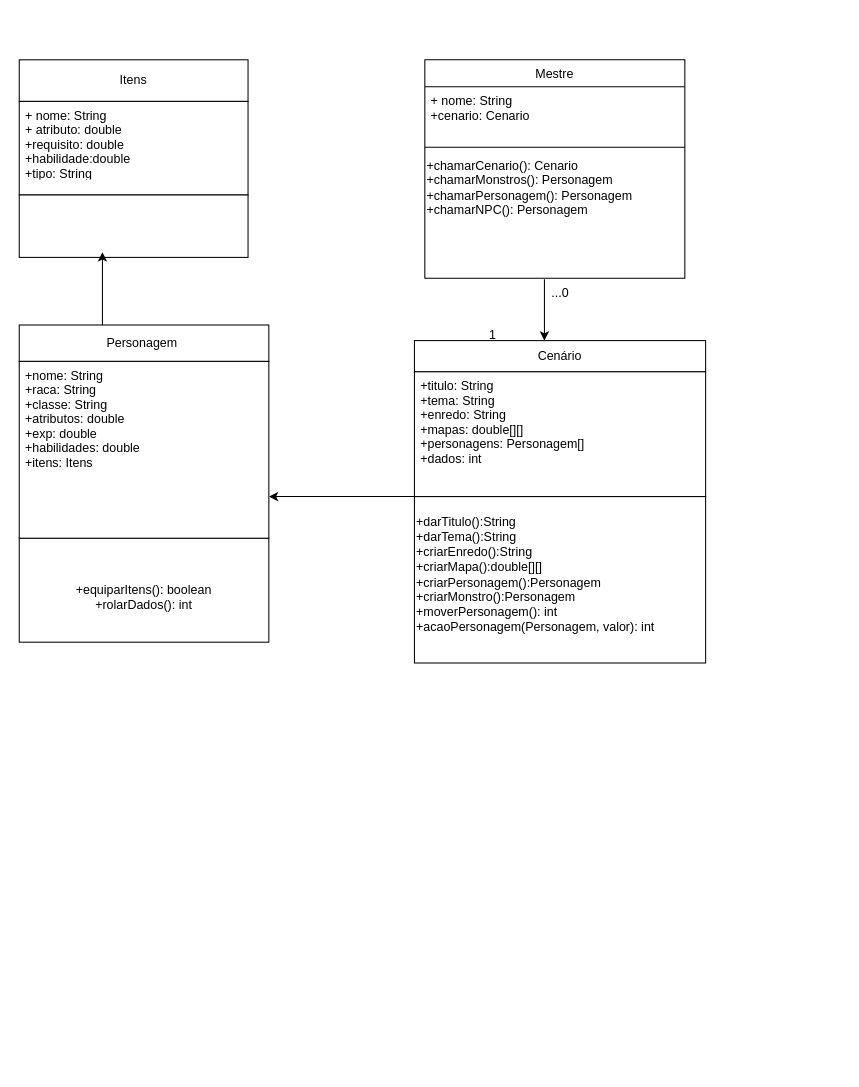
MrMoisesNoah/MestresDoRPG-trabalho-programaVemSerDBC keeps this draw.io diagram as Untitled Diagram.drawio. Above is the earlier version. Source tidied: cells renumbered, new cells numbered last; positions are measured from the earlier drawing's top-left corner, leaving out a move shared by most shapes. Both pictures are drawn from the tidied source at 104%, with x=0, y=0 at pixel (19, 59).
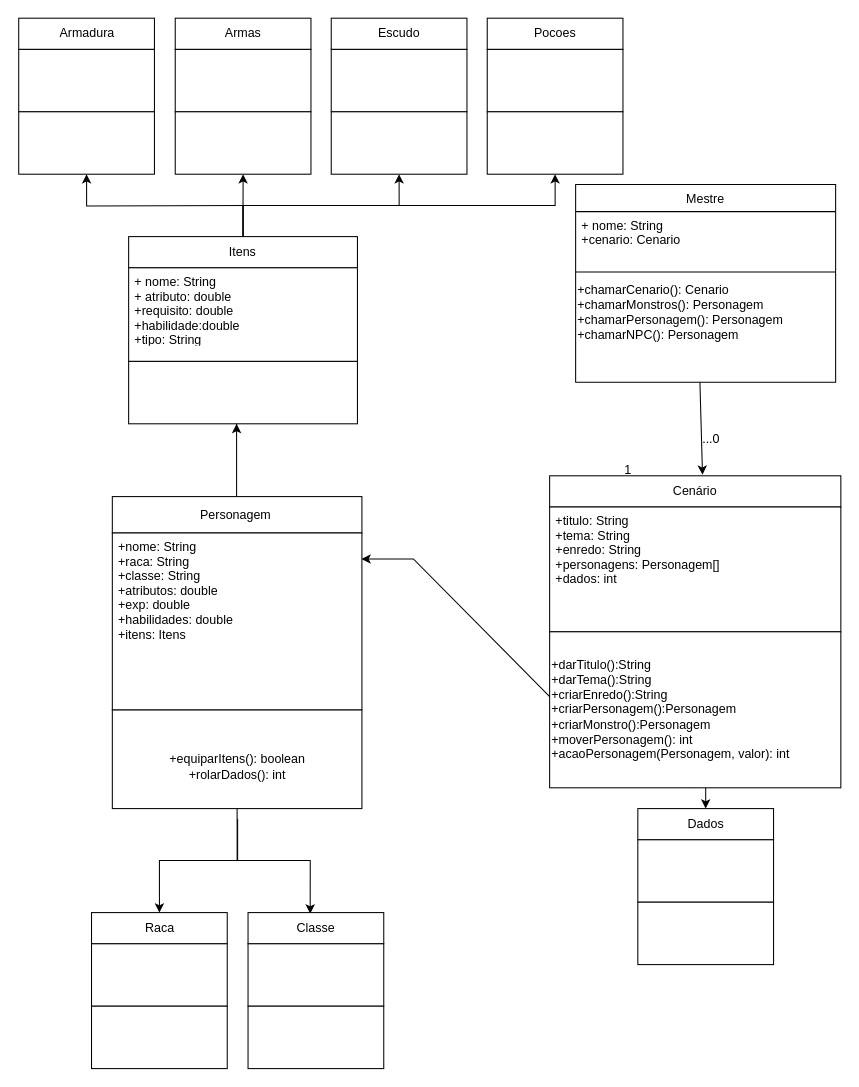
The same page after the edit.

The edit, as a diff of the source:
```diff
@@
     <mxCell id="2" value="Mestre" style="swimlane;fontStyle=0;align=center;verticalAlign=top;horizontal=1;startSize=26;rounded=0;shadow=0;strokeWidth=1;" parent="1" vertex="1">
-      <mxGeometry x="390" width="250" height="210" as="geometry" />
+      <mxGeometry x="535" y="120" width="250" height="190" as="geometry" />
     </mxCell>
@@
     <mxCell id="6" value="Cenário" style="rounded=0;whiteSpace=wrap;html=1;" parent="1" vertex="1">
-      <mxGeometry x="380" y="270" width="280" height="30" as="geometry" />
+      <mxGeometry x="510" y="400" width="280" height="30" as="geometry" />
     </mxCell>
     <mxCell id="7" style="rounded=0;whiteSpace=wrap;html=1;" parent="1" vertex="1">
-      <mxGeometry x="380" y="300" width="280" height="120" as="geometry" />
+      <mxGeometry x="510" y="430" width="280" height="120" as="geometry" />
     </mxCell>
+    <mxCell id="25" style="edgeStyle=orthogonalEdgeStyle;rounded=0;jettySize=auto;html=1;entryX=0.5;entryY=1;entryDx=0;entryDy=0;" parent="1" edge="1" target="34">
+      <mxGeometry relative="1" as="geometry">
+        <mxPoint x="220" y="140" as="sourcePoint" />
+      </mxGeometry>
+    </mxCell>
+    <mxCell id="26" style="edgeStyle=orthogonalEdgeStyle;rounded=0;jettySize=auto;html=1;exitX=0.5;exitY=0;exitDx=0;exitDy=0;entryX=0.5;entryY=1;entryDx=0;entryDy=0;" parent="1" edge="1" source="8" target="37">
+      <mxGeometry relative="1" as="geometry" />
+    </mxCell>
+    <mxCell id="27" style="edgeStyle=orthogonalEdgeStyle;rounded=0;jettySize=auto;html=1;exitX=0.5;exitY=0;exitDx=0;exitDy=0;entryX=0.5;entryY=1;entryDx=0;entryDy=0;" parent="1" edge="1" source="8" target="40">
+      <mxGeometry relative="1" as="geometry" />
+    </mxCell>
+    <mxCell id="28" style="edgeStyle=orthogonalEdgeStyle;rounded=0;jettySize=auto;html=1;exitX=0.5;exitY=0;exitDx=0;exitDy=0;entryX=0.5;entryY=1;entryDx=0;entryDy=0;" parent="1" edge="1" source="8" target="52">
+      <mxGeometry relative="1" as="geometry" />
+    </mxCell>
     <mxCell id="8" value="Itens" style="rounded=0;whiteSpace=wrap;html=1;" parent="1" vertex="1">
-      <mxGeometry width="220" height="40" as="geometry" />
+      <mxGeometry x="105.2" y="170" width="220" height="30" as="geometry" />
     </mxCell>
     <mxCell id="9" style="edgeStyle=orthogonalEdgeStyle;rounded=0;orthogonalLoop=1;jettySize=auto;html=1;exitX=0.5;exitY=1;exitDx=0;exitDy=0;" parent="1" edge="1">
       <mxGeometry relative="1" as="geometry">
-        <mxPoint x="240" y="450" as="sourcePoint" />
-        <mxPoint x="240" y="450" as="targetPoint" />
+        <mxPoint x="329.5" y="615" as="sourcePoint" />
+        <mxPoint x="329.5" y="615" as="targetPoint" />
       </mxGeometry>
     </mxCell>
+    <mxCell id="29" style="edgeStyle=orthogonalEdgeStyle;rounded=0;jettySize=auto;html=1;exitX=0.5;exitY=1;exitDx=0;exitDy=0;entryX=0.5;entryY=0;entryDx=0;entryDy=0;" parent="1" edge="1" source="10" target="47">
+      <mxGeometry relative="1" as="geometry">
+        <Array as="points">
+          <mxPoint x="660" y="570" />
+        </Array>
+      </mxGeometry>
+    </mxCell>
     <mxCell id="10" style="rounded=0;whiteSpace=wrap;html=1;" parent="1" vertex="1">
-      <mxGeometry x="380" y="420" width="280" height="160" as="geometry" />
+      <mxGeometry x="510" y="550" width="280" height="150" as="geometry" />
     </mxCell>
     <mxCell id="11" style="rounded=0;whiteSpace=wrap;html=1;" parent="1" vertex="1">
-      <mxGeometry y="40" width="220" height="90" as="geometry" />
+      <mxGeometry x="105.2" y="200" width="220" height="90" as="geometry" />
     </mxCell>
     <mxCell id="12" style="rounded=0;whiteSpace=wrap;html=1;" parent="1" vertex="1">
-      <mxGeometry y="130" width="220" height="60" as="geometry" />
+      <mxGeometry x="105.2" y="290" width="220" height="60" as="geometry" />
     </mxCell>
     <mxCell id="13" value="Personagem&amp;nbsp;" style="rounded=0;whiteSpace=wrap;html=1;" parent="1" vertex="1">
-      <mxGeometry y="255" width="240" height="35" as="geometry" />
+      <mxGeometry x="89.5" y="420" width="240" height="35" as="geometry" />
     </mxCell>
+    <mxCell id="30" style="edgeStyle=orthogonalEdgeStyle;rounded=0;jettySize=auto;html=1;entryX=0.458;entryY=0.033;entryDx=0;entryDy=0;entryPerimeter=0;" parent="1" edge="1" target="44">
+      <mxGeometry relative="1" as="geometry">
+        <mxPoint x="210" y="730" as="sourcePoint" />
+        <Array as="points">
+          <mxPoint x="210" y="770" />
+          <mxPoint x="280" y="770" />
+        </Array>
+      </mxGeometry>
+    </mxCell>
+    <mxCell id="31" style="edgeStyle=orthogonalEdgeStyle;rounded=0;jettySize=auto;html=1;exitX=0.5;exitY=1;exitDx=0;exitDy=0;" parent="1" edge="1" source="14" target="41">
+      <mxGeometry relative="1" as="geometry" />
+    </mxCell>
     <mxCell id="14" value="&lt;br&gt;+equiparItens(): boolean&lt;br&gt;+rolarDados(): int" style="rounded=0;whiteSpace=wrap;html=1;" parent="1" vertex="1">
-      <mxGeometry y="460" width="240" height="100" as="geometry" />
+      <mxGeometry x="89.5" y="625" width="240" height="95" as="geometry" />
     </mxCell>
     <mxCell id="15" style="rounded=0;whiteSpace=wrap;html=1;" parent="1" vertex="1">
-      <mxGeometry y="290" width="240" height="170" as="geometry" />
+      <mxGeometry x="89.5" y="455" width="240" height="170" as="geometry" />
     </mxCell>
     <mxCell id="16" value="+nome: String&#10;+raca: String&#10;+classe: String&#10;+atributos: double&#10;+exp: double&#10;+habilidades: double&#10;+itens: Itens&#10;&#10;&#10;&#10;" style="text;align=left;verticalAlign=top;spacingLeft=4;spacingRight=4;overflow=hidden;" parent="1" vertex="1">
-      <mxGeometry y="290" width="240" height="160" as="geometry" />
+      <mxGeometry x="89.5" y="455" width="240" height="160" as="geometry" />
     </mxCell>
     <mxCell id="17" value="+ nome: String&#10;+ atributo: double&#10;+requisito: double&#10;+habilidade:double&#10;+tipo: String&#10;&#10;&#10; " style="text;align=left;verticalAlign=top;spacingLeft=4;spacingRight=4;overflow=hidden;" parent="1" vertex="1">
-      <mxGeometry y="40" width="120" height="70" as="geometry" />
+      <mxGeometry x="105.2" y="200" width="120" height="70" as="geometry" />
     </mxCell>
-    <mxCell id="18" value="+titulo: String&#10;+tema: String&#10;+enredo: String&#10;+mapas: double[][]&#10;+personagens: Personagem[]&#10;+dados: int" style="text;align=left;verticalAlign=top;spacingLeft=4;spacingRight=4;overflow=hidden;" parent="1" vertex="1">
-      <mxGeometry x="380" y="300" width="280" height="110" as="geometry" />
+    <mxCell id="18" value="+titulo: String&#10;+tema: String&#10;+enredo: String&#10;+personagens: Personagem[]&#10;+dados: int" style="text;align=left;verticalAlign=top;spacingLeft=4;spacingRight=4;overflow=hidden;" parent="1" vertex="1">
+      <mxGeometry x="510" y="430" width="280" height="110" as="geometry" />
     </mxCell>
     <mxCell id="19" value="...0" style="text;html=1;align=center;verticalAlign=middle;points=[];strokeColor=none;fillColor=none;" parent="1" vertex="1">
-      <mxGeometry x="500" y="210" width="40" height="30" as="geometry" />
+      <mxGeometry x="645" y="350" width="40" height="30" as="geometry" />
     </mxCell>
     <mxCell id="20" value="1" style="text;html=1;align=center;verticalAlign=middle;strokeColor=none;fillColor=none;" parent="1" vertex="1">
-      <mxGeometry x="440" y="250" width="30" height="30" as="geometry" />
+      <mxGeometry x="570" y="380" width="30" height="30" as="geometry" />
     </mxCell>
-    <mxCell id="21" style="endArrow=classic;html=1;rounded=0;exitX=0.125;exitY=0.033;exitDx=0;exitDy=0;exitPerimeter=0;" parent="1" edge="1" source="19">
+    <mxCell id="21" style="endArrow=classic;html=1;rounded=0;entryX=0.525;entryY=-0.033;entryDx=0;entryDy=0;entryPerimeter=0;" parent="1" edge="1" target="6">
       <mxGeometry relative="1" as="geometry">
-        <mxPoint x="505" y="270" as="targetPoint" />
+        <mxPoint x="654.5" y="310" as="sourcePoint" />
       </mxGeometry>
     </mxCell>
     <mxCell id="22" style="endArrow=classic;html=1;rounded=0;" parent="1" edge="1">
       <mxGeometry relative="1" as="geometry">
-        <mxPoint x="80" y="215" as="sourcePoint" />
-        <mxPoint x="80" y="185" as="targetPoint" />
+        <mxPoint x="209" y="350" as="sourcePoint" />
+        <mxPoint x="209" y="350" as="targetPoint" />
         <Array as="points">
-          <mxPoint x="80" y="255" />
+          <mxPoint x="209" y="420" />
         </Array>
       </mxGeometry>
     </mxCell>
-    <mxCell id="23" style="endArrow=classic;html=1;rounded=0;exitX=0;exitY=0;exitDx=0;exitDy=0;" parent="1" edge="1" source="10">
+    <mxCell id="23" style="endArrow=classic;html=1;rounded=0;exitX=0;exitY=0.385;exitDx=0;exitDy=0;exitPerimeter=0;" parent="1" edge="1" source="24">
       <mxGeometry relative="1" as="geometry">
-        <mxPoint x="240" y="420" as="targetPoint" />
+        <mxPoint x="329" y="480" as="targetPoint" />
         <Array as="points">
-          <mxPoint x="290" y="420" />
+          <mxPoint x="379" y="480" />
         </Array>
       </mxGeometry>
     </mxCell>
-    <mxCell id="24" value="+darTitulo():String&lt;br&gt;+darTema():String&lt;br&gt;+criarEnredo():String&lt;br&gt;+criarMapa():double[][]&lt;br&gt;+criarPersonagem():Personagem&lt;br&gt;+criarMonstro():Personagem&lt;br&gt;+moverPersonagem(): int&lt;br&gt;+acaoPersonagem(Personagem, valor): int" style="text;html=1;align=left;verticalAlign=middle;points=[];strokeColor=none;fillColor=none;" parent="1" vertex="1">
-      <mxGeometry x="380" y="430" width="250" height="130" as="geometry" />
+    <mxCell id="24" value="+darTitulo():String&lt;br&gt;+darTema():String&lt;br&gt;+criarEnredo():String&lt;br&gt;+criarPersonagem():Personagem&lt;br&gt;+criarMonstro():Personagem&lt;br&gt;+moverPersonagem(): int&lt;br&gt;+acaoPersonagem(Personagem, valor): int" style="text;html=1;align=left;verticalAlign=middle;points=[];strokeColor=none;fillColor=none;" parent="1" vertex="1">
+      <mxGeometry x="510" y="570" width="250" height="110" as="geometry" />
     </mxCell>
+    <mxCell id="32" value="Armadura" style="rounded=0;whiteSpace=wrap;html=1;" parent="1" vertex="1">
+      <mxGeometry x="-0.5" y="-40" width="130.5" height="30" as="geometry" />
+    </mxCell>
+    <mxCell id="33" style="rounded=0;whiteSpace=wrap;html=1;" parent="1" vertex="1">
+      <mxGeometry x="-0.5" y="-10" width="130.5" height="60" as="geometry" />
+    </mxCell>
+    <mxCell id="34" style="rounded=0;whiteSpace=wrap;html=1;" parent="1" vertex="1">
+      <mxGeometry x="-0.5" y="50" width="130.5" height="60" as="geometry" />
+    </mxCell>
+    <mxCell id="35" value="Armas" style="rounded=0;whiteSpace=wrap;html=1;" parent="1" vertex="1">
+      <mxGeometry x="150" y="-40" width="130.5" height="30" as="geometry" />
+    </mxCell>
+    <mxCell id="36" style="rounded=0;whiteSpace=wrap;html=1;" parent="1" vertex="1">
+      <mxGeometry x="150" y="-10" width="130.5" height="60" as="geometry" />
+    </mxCell>
+    <mxCell id="37" style="rounded=0;whiteSpace=wrap;html=1;" parent="1" vertex="1">
+      <mxGeometry x="150" y="50" width="130.5" height="60" as="geometry" />
+    </mxCell>
+    <mxCell id="38" value="Escudo" style="rounded=0;whiteSpace=wrap;html=1;" parent="1" vertex="1">
+      <mxGeometry x="300" y="-40" width="130.5" height="30" as="geometry" />
+    </mxCell>
+    <mxCell id="39" style="rounded=0;whiteSpace=wrap;html=1;" parent="1" vertex="1">
+      <mxGeometry x="300" y="-10" width="130.5" height="60" as="geometry" />
+    </mxCell>
+    <mxCell id="40" style="rounded=0;whiteSpace=wrap;html=1;" parent="1" vertex="1">
+      <mxGeometry x="300" y="50" width="130.5" height="60" as="geometry" />
+    </mxCell>
+    <mxCell id="41" value="Raca" style="rounded=0;whiteSpace=wrap;html=1;" parent="1" vertex="1">
+      <mxGeometry x="69.5" y="820" width="130.5" height="30" as="geometry" />
+    </mxCell>
+    <mxCell id="42" style="rounded=0;whiteSpace=wrap;html=1;" parent="1" vertex="1">
+      <mxGeometry x="69.5" y="850" width="130.5" height="60" as="geometry" />
+    </mxCell>
+    <mxCell id="43" style="rounded=0;whiteSpace=wrap;html=1;" parent="1" vertex="1">
+      <mxGeometry x="69.5" y="910" width="130.5" height="60" as="geometry" />
+    </mxCell>
+    <mxCell id="44" value="Classe" style="rounded=0;whiteSpace=wrap;html=1;" parent="1" vertex="1">
+      <mxGeometry x="220" y="820" width="130.5" height="30" as="geometry" />
+    </mxCell>
+    <mxCell id="45" style="rounded=0;whiteSpace=wrap;html=1;" parent="1" vertex="1">
+      <mxGeometry x="220" y="850" width="130.5" height="60" as="geometry" />
+    </mxCell>
+    <mxCell id="46" style="rounded=0;whiteSpace=wrap;html=1;" parent="1" vertex="1">
+      <mxGeometry x="220" y="910" width="130.5" height="60" as="geometry" />
+    </mxCell>
+    <mxCell id="47" value="Dados" style="rounded=0;whiteSpace=wrap;html=1;" parent="1" vertex="1">
+      <mxGeometry x="594.8" y="720" width="130.5" height="30" as="geometry" />
+    </mxCell>
+    <mxCell id="48" style="rounded=0;whiteSpace=wrap;html=1;" parent="1" vertex="1">
+      <mxGeometry x="594.8" y="750" width="130.5" height="60" as="geometry" />
+    </mxCell>
+    <mxCell id="49" style="rounded=0;whiteSpace=wrap;html=1;" parent="1" vertex="1">
+      <mxGeometry x="594.8" y="810" width="130.5" height="60" as="geometry" />
+    </mxCell>
+    <mxCell id="50" value="Pocoes" style="rounded=0;whiteSpace=wrap;html=1;" parent="1" vertex="1">
+      <mxGeometry x="450" y="-40" width="130.5" height="30" as="geometry" />
+    </mxCell>
+    <mxCell id="51" style="rounded=0;whiteSpace=wrap;html=1;" parent="1" vertex="1">
+      <mxGeometry x="450" y="-10" width="130.5" height="60" as="geometry" />
+    </mxCell>
+    <mxCell id="52" style="rounded=0;whiteSpace=wrap;html=1;" parent="1" vertex="1">
+      <mxGeometry x="450" y="50" width="130.5" height="60" as="geometry" />
+    </mxCell>
```
